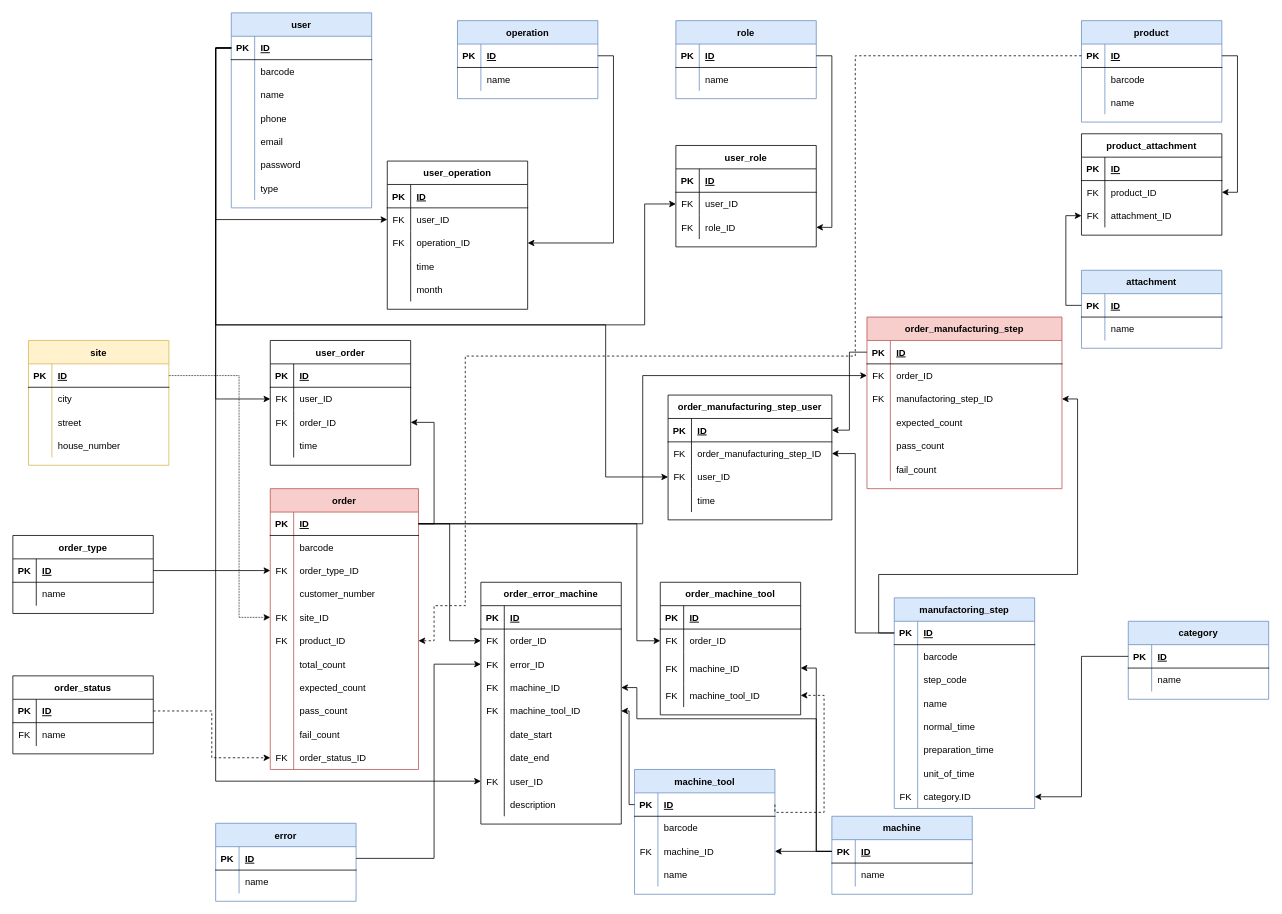
Before: DOC/diagrams/database_plan_2_0_0.drawio in KerteszZoltan/mesterminal, a draw.io diagram. Source tidied: cells renumbered, new cells numbered last; positions are measured from the earlier drawing's top-left corner, leaving out a move shared by most shapes. Both pictures are drawn from the tidied source at 78%, with x=0, y=0 at pixel (12, 12).
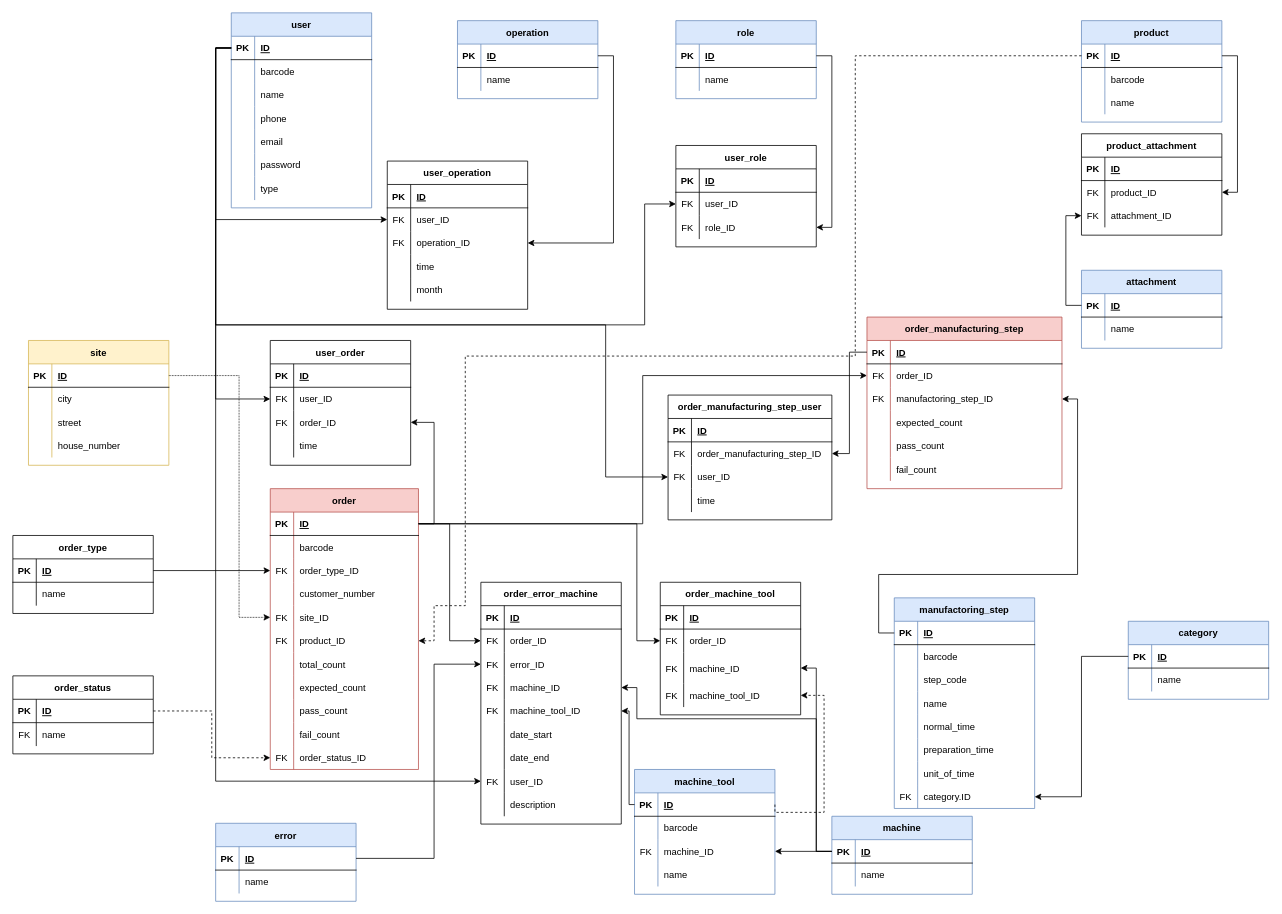
The same page after the edit.

Commit message:
ordering FK constraint

Unchanged cells that the change refers to:
```xml
<mxCell id="225" style="shape=partialRectangle;fillColor=none;top=0;left=0;bottom=1;right=0;points=[[0,0.5],[1,0.5]];portConstraint=eastwest;" parent="224" vertex="1">
  <mxGeometry y="30" width="180" height="30" as="geometry" />
</mxCell>
<mxCell id="258" style="shape=partialRectangle;fillColor=none;top=0;left=0;bottom=1;right=0;points=[[0,0.5],[1,0.5]];portConstraint=eastwest;" parent="257" vertex="1">
  <mxGeometry y="30" width="250" height="30" as="geometry" />
</mxCell>
<mxCell id="309" style="shape=partialRectangle;fillColor=none;top=0;left=0;bottom=1;right=0;points=[[0,0.5],[1,0.5]];portConstraint=eastwest;" parent="308" vertex="1">
  <mxGeometry y="30" width="210" height="30" as="geometry" />
</mxCell>
<mxCell id="312" style="shape=partialRectangle;fillColor=none;top=0;left=0;bottom=0;right=0;points=[[0,0.5],[1,0.5]];portConstraint=eastwest;" parent="308" vertex="1">
  <mxGeometry y="60" width="210" height="30" as="geometry" />
</mxCell>
```

The edit, as a diff of the source:
```diff
@@
-    <mxCell id="321" style="edgeStyle=orthogonalEdgeStyle;rounded=0;jettySize=auto;html=1;exitX=0;exitY=0.5;exitDx=0;exitDy=0;entryX=1;entryY=0.5;entryDx=0;entryDy=0;" parent="1" edge="1" source="258" target="309">
-      <mxGeometry relative="1" as="geometry" />
-    </mxCell>
@@
-    <mxCell id="323" style="edgeStyle=orthogonalEdgeStyle;rounded=0;jettySize=auto;html=1;exitX=0;exitY=0.5;exitDx=0;exitDy=0;entryX=1;entryY=0.5;entryDx=0;entryDy=0;" parent="1" edge="1" source="225" target="312">
-      <mxGeometry relative="1" as="geometry">
-        <Array as="points">
-          <mxPoint x="1080" y="795" />
-          <mxPoint x="1080" y="565" />
-        </Array>
-      </mxGeometry>
-    </mxCell>
+    <mxCell id="324" style="edgeStyle=orthogonalEdgeStyle;rounded=0;jettySize=auto;html=1;exitX=0;exitY=0.5;exitDx=0;exitDy=0;entryX=1;entryY=0.5;entryDx=0;entryDy=0;" parent="1" edge="1" source="258" target="312">
+      <mxGeometry relative="1" as="geometry" />
+    </mxCell>
```
